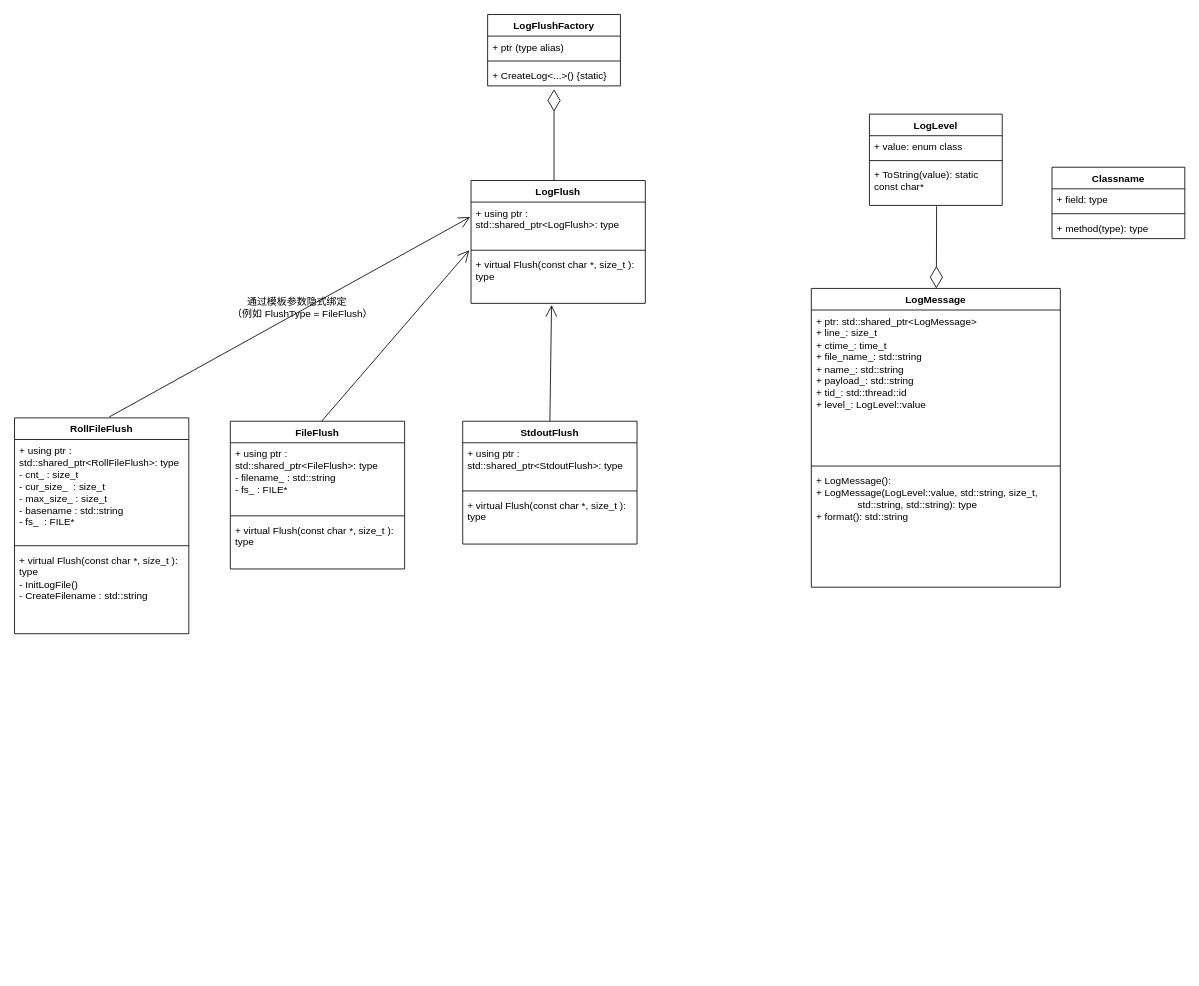
Earlier version of the draw.io diagram logmodle.drawio (HongxGe/Kama-AsynLogSystem-CloudStorage). Source tidied: cells renumbered, new cells numbered last; positions are measured from the earlier drawing's top-left corner, leaving out a move shared by most shapes. Both pictures are drawn from the tidied source at 83%, with x=0, y=0 at pixel (14, 14).
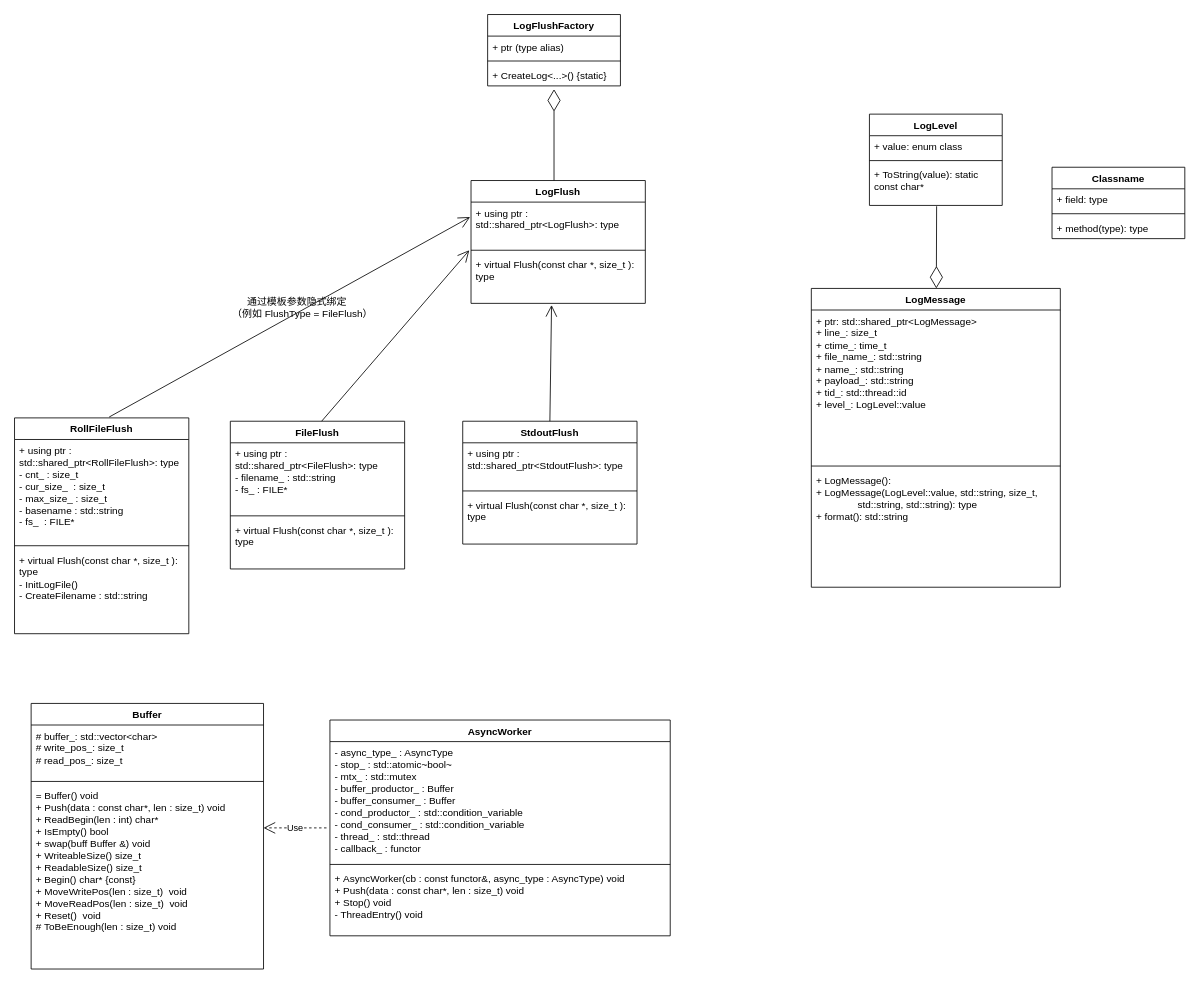
The same page after the edit.

Change to the diagram source:
```diff
@@
+    <mxCell id="40" value="AsyncWorker" style="swimlane;fontStyle=1;align=center;verticalAlign=top;horizontal=1;startSize=26;whiteSpace=wrap;html=1;" parent="1" vertex="1">
+      <mxGeometry x="380" y="850" width="410" height="260" as="geometry" />
+    </mxCell>
+    <mxCell id="41" value="&lt;div&gt;- async_type_ : AsyncType&lt;/div&gt;&lt;div&gt;- stop_ : std::atomic~bool~&lt;/div&gt;&lt;div&gt;- mtx_ : std::mutex&lt;/div&gt;&lt;div&gt;- buffer_productor_ : Buffer&lt;/div&gt;&lt;div&gt;- buffer_consumer_ : Buffer&lt;/div&gt;&lt;div&gt;- cond_productor_ : std::condition_variable&lt;/div&gt;&lt;div&gt;- cond_consumer_ : std::condition_variable&lt;/div&gt;&lt;div&gt;- thread_ : std::thread&lt;/div&gt;&lt;div&gt;- callback_ : functor&lt;/div&gt;&lt;div&gt;&lt;br&gt;&lt;/div&gt;" style="text;strokeColor=none;fillColor=none;align=left;verticalAlign=top;spacingLeft=4;spacingRight=4;overflow=hidden;points=[[0,0.5],[1,0.5]];portConstraint=eastwest;whiteSpace=wrap;html=1;" parent="40" vertex="1">
+      <mxGeometry y="26" width="410" height="144" as="geometry" />
+    </mxCell>
+    <mxCell id="42" style="line;strokeWidth=1;fillColor=none;align=left;verticalAlign=middle;spacingTop=-1;spacingLeft=3;spacingRight=3;labelPosition=right;strokeColor=inherit;" parent="40" vertex="1">
+      <mxGeometry y="170" width="410" height="8" as="geometry" />
+    </mxCell>
+    <mxCell id="43" value="&lt;div&gt;+&amp;nbsp;AsyncWorker(cb : const functor&amp;amp;, async_type : AsyncType) void&lt;/div&gt;&lt;div&gt;+ Push(data : const char*, len : size_t) void&lt;/div&gt;&lt;div&gt;+ Stop() void&lt;/div&gt;&lt;div&gt;- ThreadEntry() void&lt;/div&gt;" style="text;strokeColor=none;fillColor=none;align=left;verticalAlign=top;spacingLeft=4;spacingRight=4;overflow=hidden;whiteSpace=wrap;html=1;" parent="40" vertex="1">
+      <mxGeometry y="178" width="410" height="82" as="geometry" />
+    </mxCell>
+    <mxCell id="44" value="Buffer" style="swimlane;fontStyle=1;align=center;verticalAlign=top;horizontal=1;startSize=26;whiteSpace=wrap;html=1;" parent="1" vertex="1">
+      <mxGeometry x="20" y="830" width="280" height="320" as="geometry" />
+    </mxCell>
+    <mxCell id="45" value="&lt;div&gt;# buffer_: std::vector&amp;lt;char&amp;gt;&lt;/div&gt;&lt;div&gt;# write_pos_: size_t&lt;/div&gt;&lt;div&gt;# read_pos_: size_t&lt;/div&gt;&lt;div&gt;&lt;br&gt;&lt;/div&gt;&lt;div&gt;&lt;br&gt;&lt;/div&gt;" style="text;strokeColor=none;fillColor=none;align=left;verticalAlign=top;spacingLeft=4;spacingRight=4;overflow=hidden;whiteSpace=wrap;html=1;" parent="44" vertex="1">
+      <mxGeometry y="26" width="280" height="64" as="geometry" />
+    </mxCell>
+    <mxCell id="46" style="line;strokeWidth=1;fillColor=none;align=left;verticalAlign=middle;spacingTop=-1;spacingLeft=3;spacingRight=3;labelPosition=right;strokeColor=inherit;" parent="44" vertex="1">
+      <mxGeometry y="90" width="280" height="8" as="geometry" />
+    </mxCell>
+    <mxCell id="47" value="&lt;div&gt;=&amp;nbsp;Buffer() void&lt;/div&gt;&lt;div&gt;+ Push(data : const char*, len : size_t) void&lt;/div&gt;&lt;div&gt;+&amp;nbsp;ReadBegin(len : int) char*&lt;/div&gt;&lt;div&gt;+&amp;nbsp;IsEmpty() bool&lt;/div&gt;&lt;div&gt;+ swap(buff Buffer &amp;amp;) void&lt;/div&gt;&lt;div&gt;+&amp;nbsp;WriteableSize() size_t&lt;/div&gt;&lt;div&gt;+&amp;nbsp;ReadableSize() size_t&lt;/div&gt;&lt;div&gt;+&amp;nbsp;Begin() char* {const}&lt;/div&gt;&lt;div&gt;+&amp;nbsp;MoveWritePos(len : size_t)&amp;nbsp; void&lt;/div&gt;&lt;div&gt;+&amp;nbsp;MoveReadPos(len : size_t)&amp;nbsp; void&lt;/div&gt;&lt;div&gt;+&amp;nbsp;Reset()&amp;nbsp; void&lt;/div&gt;&lt;div&gt;#&amp;nbsp;ToBeEnough(len : size_t) void&lt;/div&gt;" style="text;strokeColor=none;fillColor=none;align=left;verticalAlign=top;spacingLeft=4;spacingRight=4;overflow=hidden;points=[[0,0.5],[1,0.5]];portConstraint=eastwest;whiteSpace=wrap;html=1;" parent="44" vertex="1">
+      <mxGeometry y="98" width="280" height="222" as="geometry" />
+    </mxCell>
+    <mxCell id="48" value="Use" style="endArrow=open;endSize=12;dashed=1;html=1;rounded=0;entryX=1;entryY=0.234;entryDx=0;entryDy=0;entryPerimeter=0;exitX=-0.01;exitY=0.722;exitDx=0;exitDy=0;exitPerimeter=0;" parent="1" edge="1" source="41" target="47">
+      <mxGeometry relative="1" as="geometry" />
+    </mxCell>
```
